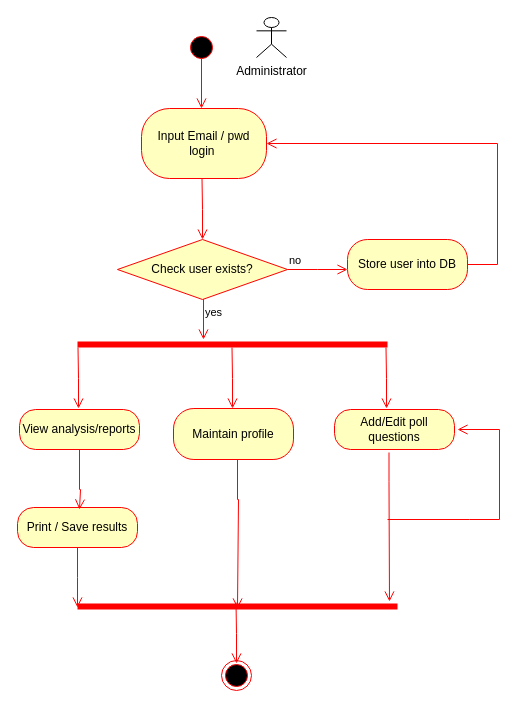
Before: documentation/administrator-activity-diagram.drawio in GitBap/PollsPlanet, a draw.io diagram. Source tidied: cells renumbered, new cells numbered last; positions are measured from the earlier drawing's top-left corner, leaving out a move shared by most shapes. Both pictures are drawn from the tidied source at 100%, with x=0, y=0 at pixel (17, 17).
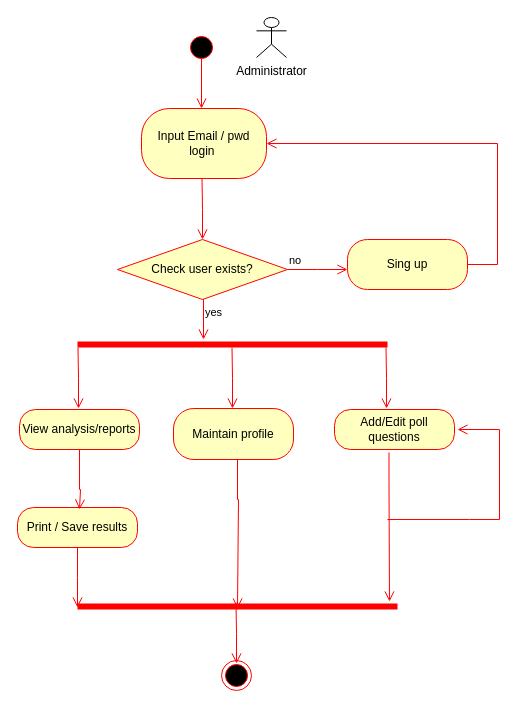
The same page after the edit.

Commit message (it also covers changes not shown here):
update activity diagram,add admin login seqdiagram

Diff of the diagram source:
```diff
@@
-    <mxCell id="10" value="Store user into DB" style="rounded=1;whiteSpace=wrap;html=1;arcSize=40;fontColor=#000000;fillColor=#ffffc0;strokeColor=#ff0000;" parent="1" vertex="1">
+    <mxCell id="10" value="Sing up" style="rounded=1;whiteSpace=wrap;html=1;arcSize=40;fontColor=#000000;fillColor=#ffffc0;strokeColor=#ff0000;" parent="1" vertex="1">
       <mxGeometry x="330" y="222" width="120" height="50" as="geometry" />
     </mxCell>
```
